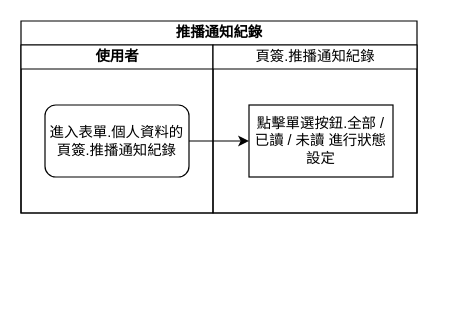
ArcareRD/sadocs keeps this draw.io diagram as page "設定過濾條件.發送狀態" (3 of 12) of 8.10.0/UPDATE/ITEM_2/RTE/diagram/個人資料.drawio. Above is the earlier version. Source tidied: cells renumbered, new cells numbered last; positions are measured from the earlier drawing's top-left corner, leaving out a move shared by most shapes. Both pictures are drawn from the tidied source at 120%, with x=0, y=0 at pixel (20, 20).
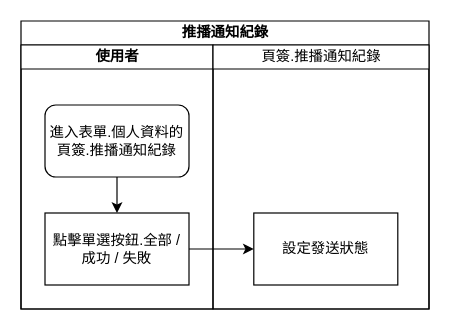
Above is the later version.

The edit, as a diff of the source:
```diff
@@
 <mxGraphModel>
   <root>
     <mxCell id="0" />
     <mxCell id="1" parent="0" />
     <mxCell id="2" value="推播通知紀錄" style="swimlane;html=1;startSize=20;" parent="1" vertex="1">
-      <mxGeometry width="330" height="160" as="geometry" />
+      <mxGeometry width="340" height="240" as="geometry" />
     </mxCell>
     <mxCell id="3" value="使用者" style="swimlane;html=1;startSize=20;" parent="2" vertex="1">
-      <mxGeometry y="20" width="160" height="140" as="geometry" />
+      <mxGeometry y="20" width="160" height="220" as="geometry" />
     </mxCell>
     <mxCell id="4" value="進入表單.個人資料的頁簽.推播通知紀錄" style="rounded=1;whiteSpace=wrap;html=1;" parent="3" vertex="1">
       <mxGeometry x="20" y="50" width="120" height="60" as="geometry" />
     </mxCell>
+    <mxCell id="7" style="edgeStyle=orthogonalEdgeStyle;rounded=0;jettySize=auto;html=1;" parent="3" edge="1" source="4">
+      <mxGeometry relative="1" as="geometry">
+        <mxPoint x="80" y="140" as="targetPoint" />
+      </mxGeometry>
+    </mxCell>
+    <mxCell id="6" value="點擊單選按鈕.全部 / 成功 / 失敗" style="rounded=0;whiteSpace=wrap;html=1;" parent="3" vertex="1">
+      <mxGeometry x="20" y="140" width="120" height="60" as="geometry" />
+    </mxCell>
     <mxCell id="5" value="&lt;span style=&quot;font-weight: 400&quot;&gt;頁簽.推播通知紀錄&lt;/span&gt;" style="swimlane;html=1;startSize=20;" parent="2" vertex="1">
-      <mxGeometry x="160" y="20" width="170" height="140" as="geometry" />
+      <mxGeometry x="160" y="20" width="180" height="220" as="geometry" />
     </mxCell>
-    <mxCell id="6" value="點擊單選按鈕.全部 / 已讀 / 未讀 進行狀態設定" style="rounded=0;whiteSpace=wrap;html=1;" parent="5" vertex="1">
-      <mxGeometry x="30" y="50" width="120" height="60" as="geometry" />
-    </mxCell>
-    <mxCell id="7" style="edgeStyle=orthogonalEdgeStyle;rounded=0;jettySize=auto;html=1;entryX=0;entryY=0.5;entryDx=0;entryDy=0;" parent="2" edge="1" source="4" target="6">
-      <mxGeometry relative="1" as="geometry" />
-    </mxCell>
+    <mxCell id="8" value="設定&lt;span&gt;發送狀態&lt;/span&gt;" style="whiteSpace=wrap;html=1;rounded=0;" parent="5" vertex="1">
+      <mxGeometry x="34" y="140" width="120" height="60" as="geometry" />
+    </mxCell>
+    <mxCell id="9" style="edgeStyle=orthogonalEdgeStyle;rounded=0;jettySize=auto;html=1;" parent="2" edge="1" source="6" target="8">
+      <mxGeometry relative="1" as="geometry" />
+    </mxCell>
   </root>
 </mxGraphModel>
```
